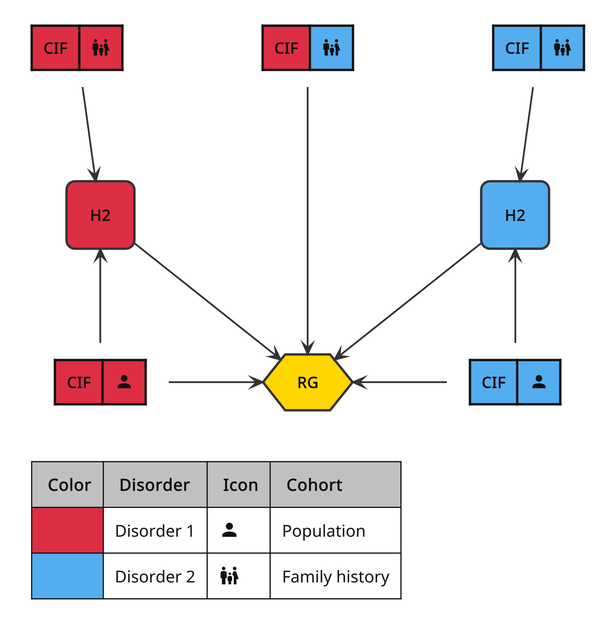
Above: guides/diagrams/pipeline-dag.png in BioPsyk/epimight (PlantUML), before the change.
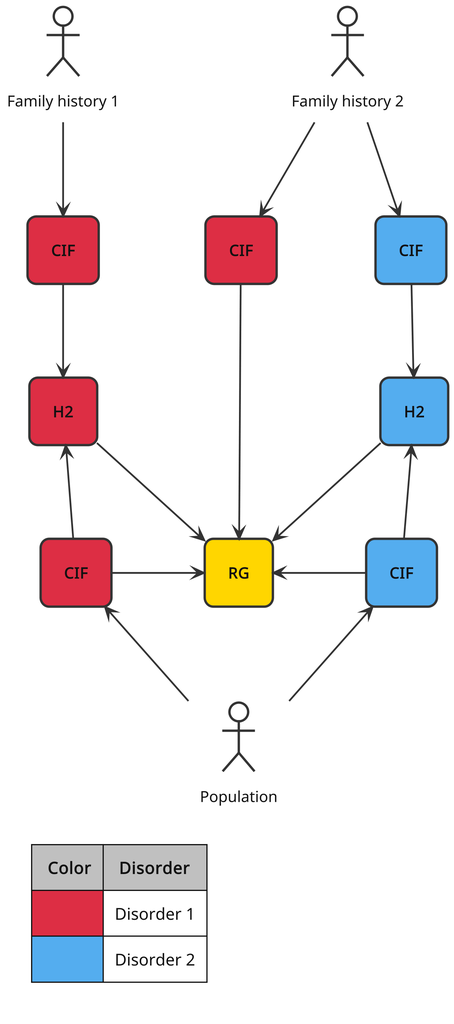
Later version of the same file.

The edit, as a diff of the source:
```diff
@@ -2,6 +2,9 @@
 !include <material7.4.47/AccountUser/account>
 !include <material7.4.47/PeopleFamily/HumanMaleFemaleChild>
 !include <material7.4.47/Weather/MoonFull>
+!include <material7.4.47/Database/SetAll>
+!include <material7.4.47/Database/SetLeft>
+!include <material7.4.47/Database/SetRight>
 !include ../diagrams/ibp.puml
 
 skinparam nodesep 80
@@ -20,16 +23,25 @@
   }
 </style>
 
-card "|<#dd2e44>**CIF**|<#dd2e44><$mdiAccount{scale=0.35}>|" as cif_d1_pop
-card "|<#dd2e44>**CIF**|<#dd2e44><$mdiHumanMaleFemaleChild{scale=0.35}>|" as cif_d1_fh1
-card "|<#dd2e44>**CIF**|<#54adef><$mdiHumanMaleFemaleChild{scale=0.35}>|" as cif_d1_fh2
-card "|<#54adef>**CIF**|<#54adef><$mdiAccount{scale=0.35}>|" as cif_d2_pop
-card "|<#54adef>**CIF**|<#54adef><$mdiHumanMaleFemaleChild{scale=0.35}>|" as cif_d2_fh2
+actor "Population" as pop
+actor "Family history 1" as fh1
+actor "Family history 2" as fh2
 
+rectangle "**CIF**" as cif_d1_pop #dd2e44
+rectangle "**CIF**" as cif_d1_fh1 #dd2e44
+rectangle "**CIF**" as cif_d1_fh2 #dd2e44
+rectangle "**CIF**" as cif_d2_pop #54adef
+rectangle "**CIF**" as cif_d2_fh2 #54adef
 
 rectangle "**H2**" as h2_d1 #dd2e44
 rectangle "**H2**" as h2_d2 #54adef
-hexagon "**RG**" as rg #ffd600
+rectangle "**RG**" as rg #ffd600
+
+pop -UP-> cif_d2_pop
+pop -UP-> cif_d1_pop
+fh1 --> cif_d1_fh1
+fh2 --> cif_d1_fh2
+fh2 --> cif_d2_fh2
 
 cif_d2_pop -UP-> h2_d2
 cif_d2_fh2 --> h2_d2
@@ -44,8 +56,8 @@
 h2_d2 --> rg
 
 legend left
-  <#silver>|= Color|= Disorder|= Icon|= Cohort|
-  |<#dd2e44>|Disorder 1|<b><$mdiAccount{scale=0.35}></b>|Population|
-  |<#54adef>|Disorder 2|<b><$mdiHumanMaleFemaleChild{scale=0.35}></b>|Family history|
+  <#silver>|= Color|= Disorder|
+  |<#dd2e44>|Disorder 1|
+  |<#54adef>|Disorder 2|
 endlegend
 @enduml
```
